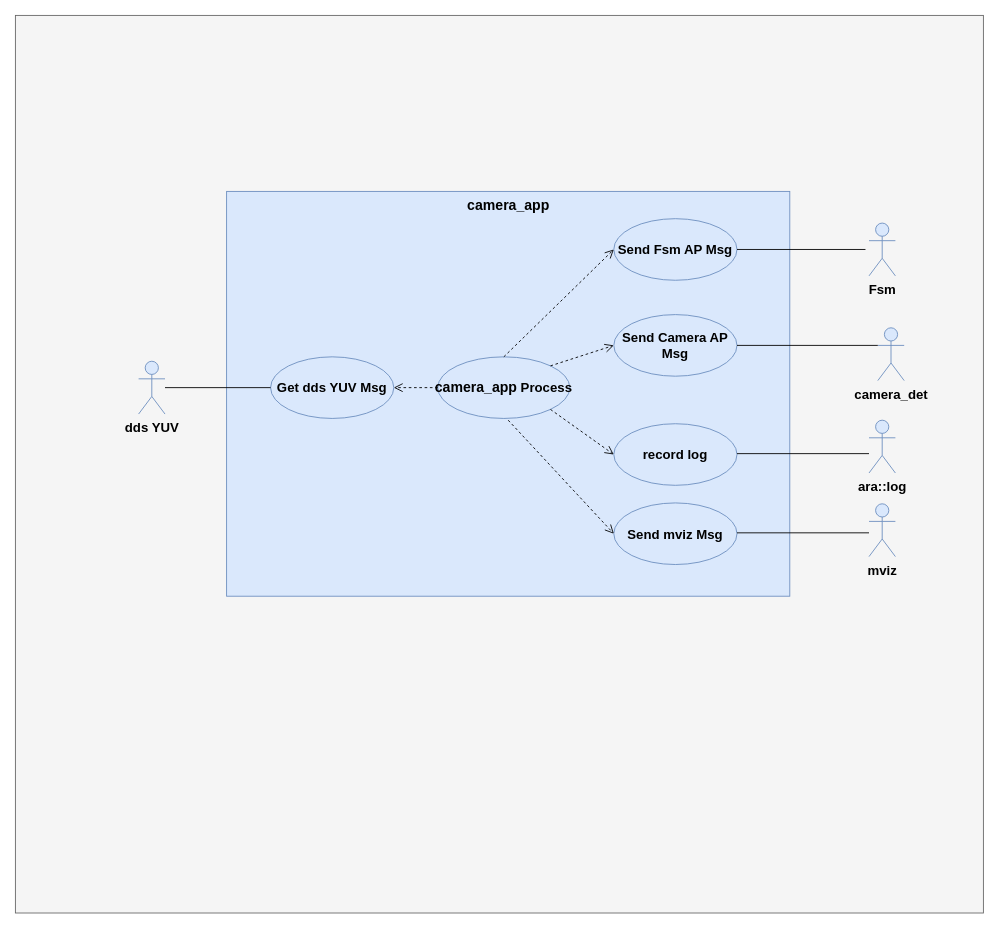
The draw.io diagram camera_app用例.drawio in xiaoleli/diagrams, before the edit. Source tidied: cells renumbered, new cells numbered last; positions are measured from the earlier drawing's top-left corner, leaving out a move shared by most shapes. Both pictures are drawn from the tidied source at 88%, with x=0, y=0 at pixel (15, 15).
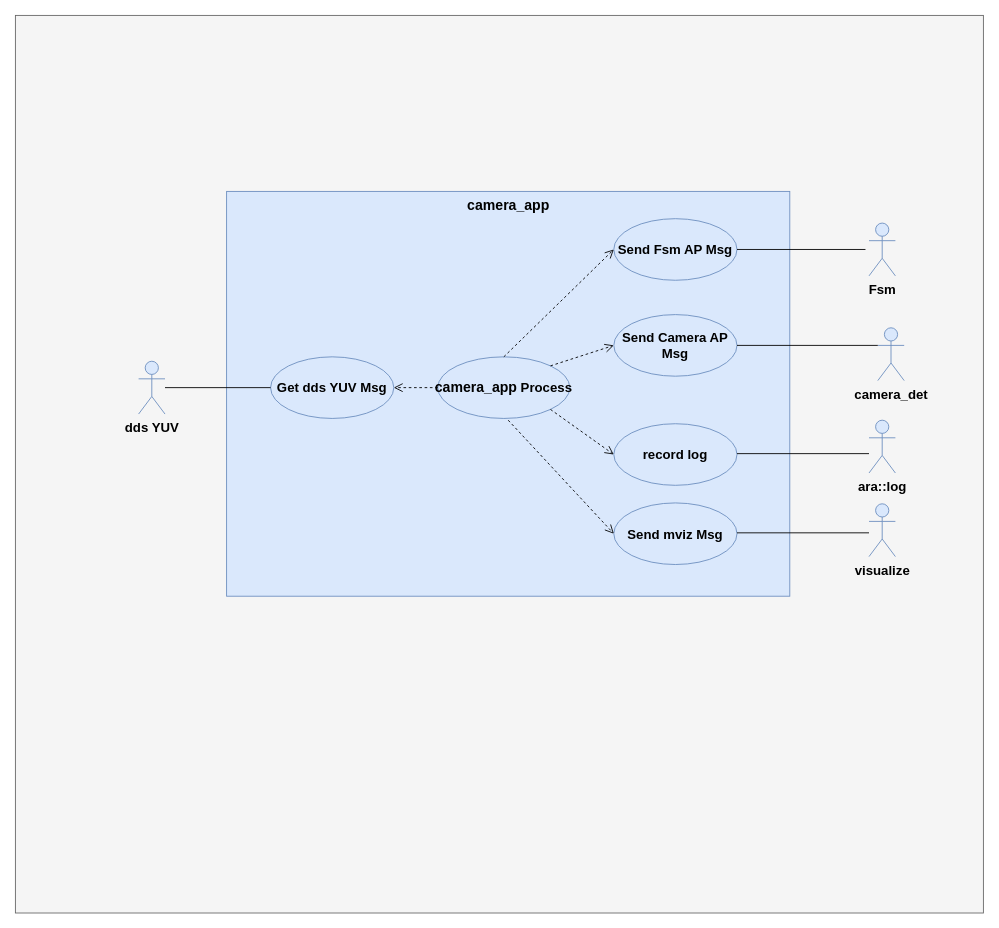
The same page after the edit.

Diff of the diagram source:
```diff
@@
-    <mxCell id="21" value="&lt;span style=&quot;&quot;&gt;mviz&lt;/span&gt;" style="shape=umlActor;verticalLabelPosition=bottom;verticalAlign=top;html=1;fillColor=#dae8fc;strokeColor=#6c8ebf;fontStyle=1;fontSize=15;" parent="1" vertex="1">
+    <mxCell id="21" value="&lt;span style=&quot;&quot;&gt;visualize&lt;/span&gt;" style="shape=umlActor;verticalLabelPosition=bottom;verticalAlign=top;html=1;fillColor=#dae8fc;strokeColor=#6c8ebf;fontStyle=1;fontSize=15;" parent="1" vertex="1">
       <mxGeometry x="970" y="555" width="30" height="60" as="geometry" />
     </mxCell>
```
